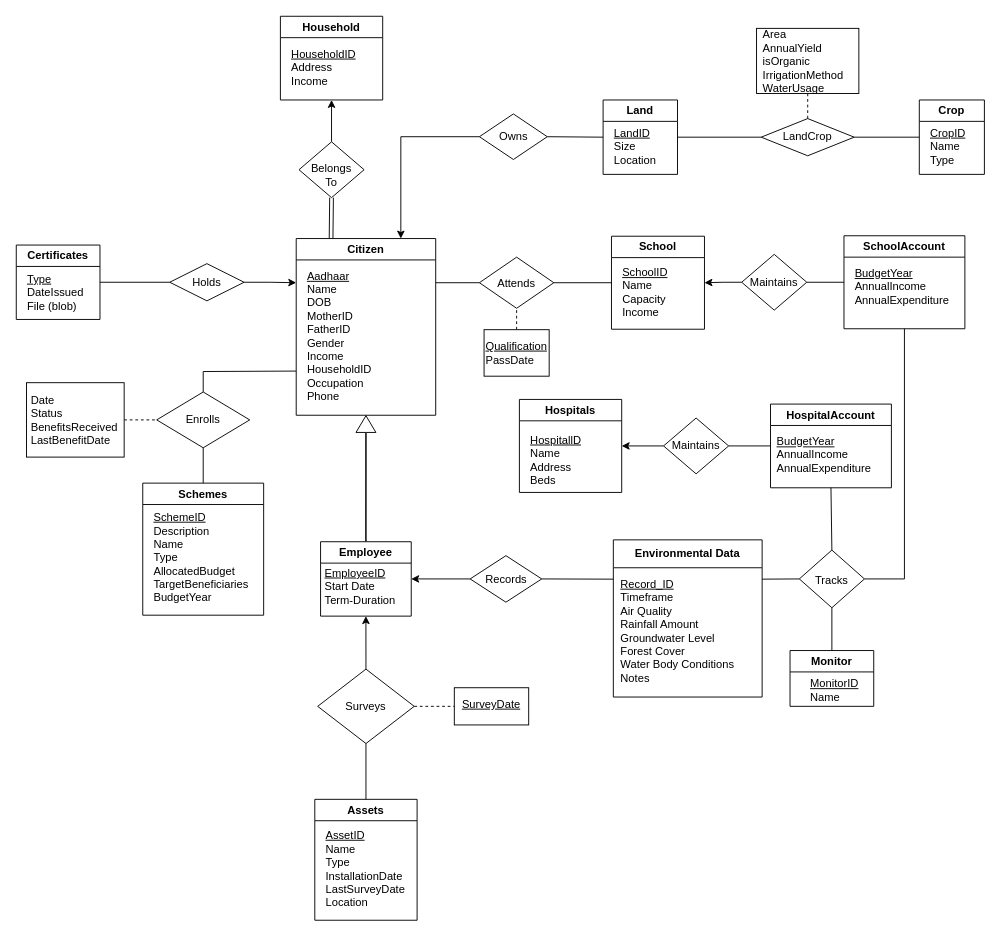
This is Entity_Relation_Diagram.drawio from RG-04/Gram-Panchayat-Management-System, a draw.io file, before an edit. Source tidied: cells renumbered, new cells numbered last; positions are measured from the earlier drawing's top-left corner, leaving out a move shared by most shapes. Both pictures are drawn from the tidied source at 93%, with x=0, y=0 at pixel (16, 16).
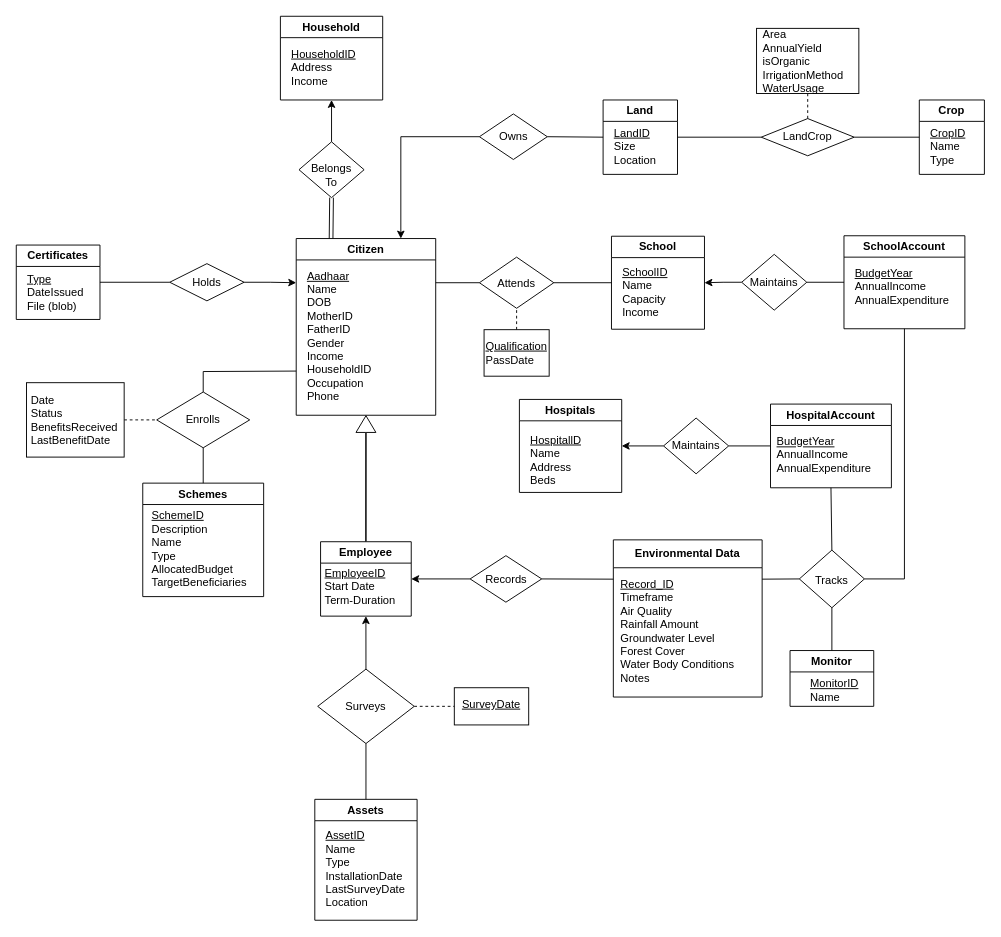
After the change.

Commit message (it also covers changes not shown here):
removed scheme budgetyear from report

Diff of the diagram source:
```diff
@@
     <mxCell id="18" value="Schemes" style="swimlane;whiteSpace=wrap;html=1;" parent="1" vertex="1">
-      <mxGeometry x="136" y="502" width="130" height="142" as="geometry" />
+      <mxGeometry x="136" y="502" width="130" height="122" as="geometry" />
     </mxCell>
-    <mxCell id="19" value="&lt;div&gt;&lt;u&gt;SchemeID&lt;/u&gt;&lt;/div&gt;&lt;div&gt;Description&lt;/div&gt;&lt;div&gt;Name&lt;/div&gt;&lt;div&gt;Type&lt;/div&gt;&lt;div&gt;AllocatedBudget&lt;/div&gt;&lt;div&gt;TargetBeneficiaries&lt;/div&gt;&lt;div&gt;BudgetYear&lt;/div&gt;" style="text;html=1;align=left;verticalAlign=middle;whiteSpace=wrap;rounded=0;" parent="18" vertex="1">
-      <mxGeometry x="10" y="25" width="115" height="110" as="geometry" />
+    <mxCell id="19" value="&lt;div&gt;&lt;u&gt;SchemeID&lt;/u&gt;&lt;/div&gt;&lt;div&gt;Description&lt;/div&gt;&lt;div&gt;Name&lt;/div&gt;&lt;div&gt;Type&lt;/div&gt;&lt;div&gt;AllocatedBudget&lt;/div&gt;&lt;div&gt;TargetBeneficiaries&lt;/div&gt;" style="text;html=1;align=left;verticalAlign=middle;whiteSpace=wrap;rounded=0;" parent="18" vertex="1">
+      <mxGeometry x="7.5" y="23" width="115" height="96" as="geometry" />
     </mxCell>
```
